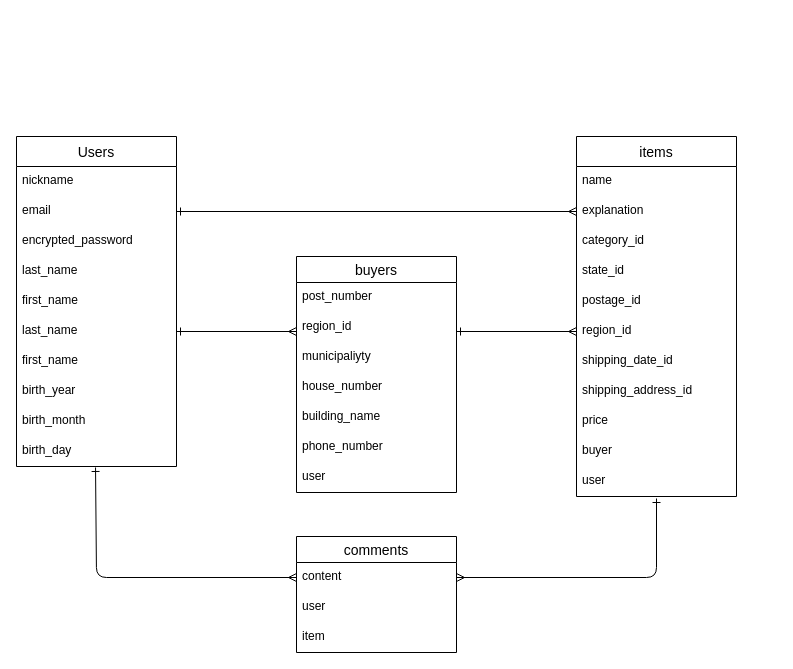
Ta-ho113/furima-37211 keeps this draw.io diagram as datebase.dio. Above is the earlier version. Source tidied: cells renumbered, new cells numbered last; positions are measured from the earlier drawing's top-left corner, leaving out a move shared by most shapes. Both pictures are drawn from the tidied source at 100%, with x=0, y=0 at pixel (16, -24).
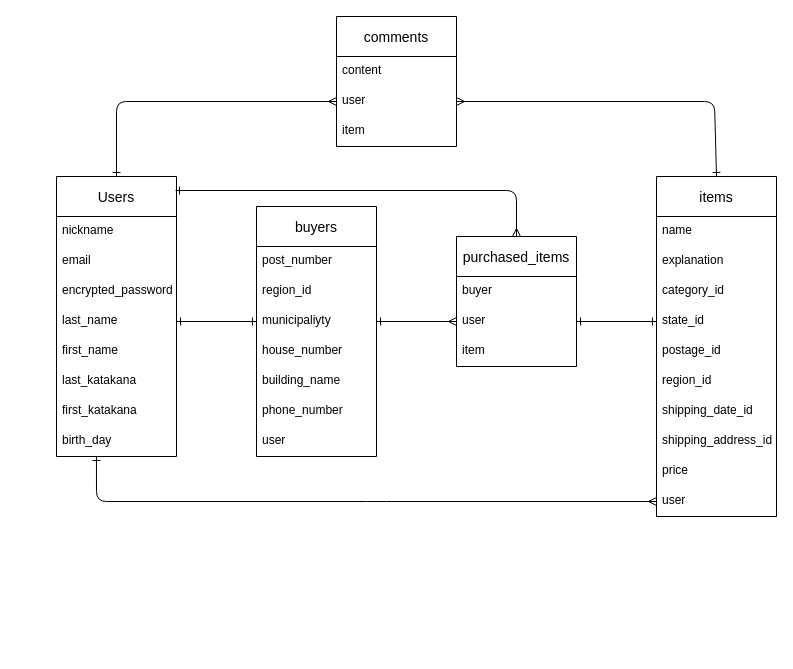
After the change.

Commit message:
ER図　レビュー修正2

Change to the diagram source:
```diff
@@
-    <mxCell id="2" value="Users" style="swimlane;fontStyle=0;horizontal=1;startSize=30;align=center;fontSize=14;" parent="1" vertex="1">
-      <mxGeometry y="160" width="160" height="330" as="geometry" />
+    <mxCell id="2" value="Users" style="swimlane;fontStyle=0;horizontal=1;startSize=40;align=center;fontSize=14;" parent="1" vertex="1">
+      <mxGeometry x="40" y="200" width="120" height="280" as="geometry" />
     </mxCell>
     <mxCell id="3" value="nickname" style="text;strokeColor=none;fillColor=none;spacingLeft=4;spacingRight=4;overflow=hidden;fontSize=12;" parent="2" vertex="1">
-      <mxGeometry y="30" width="160" height="30" as="geometry" />
+      <mxGeometry y="40" width="120" height="30" as="geometry" />
     </mxCell>
     <mxCell id="4" value="email" style="text;strokeColor=none;fillColor=none;spacingLeft=4;spacingRight=4;overflow=hidden;points=[[0,0.5],[1,0.5]];portConstraint=eastwest;fontSize=12;" parent="2" vertex="1">
-      <mxGeometry y="60" width="160" height="30" as="geometry" />
+      <mxGeometry y="70" width="120" height="30" as="geometry" />
     </mxCell>
     <mxCell id="5" value="encrypted_password" style="text;strokeColor=none;fillColor=none;spacingLeft=4;spacingRight=4;overflow=hidden;fontSize=12;" parent="2" vertex="1">
-      <mxGeometry y="90" width="160" height="30" as="geometry" />
+      <mxGeometry y="100" width="120" height="30" as="geometry" />
     </mxCell>
     <mxCell id="6" value="last_name" style="text;strokeColor=none;fillColor=none;spacingLeft=4;spacingRight=4;overflow=hidden;points=[[0,0.5],[1,0.5]];portConstraint=eastwest;fontSize=12;" parent="2" vertex="1">
-      <mxGeometry y="120" width="160" height="30" as="geometry" />
+      <mxGeometry y="130" width="120" height="30" as="geometry" />
     </mxCell>
     <mxCell id="7" value="first_name" style="text;strokeColor=none;fillColor=none;spacingLeft=4;spacingRight=4;overflow=hidden;fontSize=12;" parent="2" vertex="1">
-      <mxGeometry y="150" width="160" height="30" as="geometry" />
+      <mxGeometry y="160" width="120" height="30" as="geometry" />
     </mxCell>
-    <mxCell id="8" value="last_name" style="text;strokeColor=none;fillColor=none;spacingLeft=4;spacingRight=4;overflow=hidden;points=[[0,0.5],[1,0.5]];portConstraint=eastwest;fontSize=12;" parent="2" vertex="1">
-      <mxGeometry y="180" width="160" height="30" as="geometry" />
+    <mxCell id="8" value="last_katakana" style="text;strokeColor=none;fillColor=none;spacingLeft=4;spacingRight=4;overflow=hidden;points=[[0,0.5],[1,0.5]];portConstraint=eastwest;fontSize=12;" parent="2" vertex="1">
+      <mxGeometry y="190" width="120" height="30" as="geometry" />
     </mxCell>
-    <mxCell id="9" value="first_name" style="text;strokeColor=none;fillColor=none;spacingLeft=4;spacingRight=4;overflow=hidden;fontSize=12;" parent="2" vertex="1">
-      <mxGeometry y="210" width="160" height="30" as="geometry" />
+    <mxCell id="9" value="first_katakana" style="text;strokeColor=none;fillColor=none;spacingLeft=4;spacingRight=4;overflow=hidden;fontSize=12;" parent="2" vertex="1">
+      <mxGeometry y="220" width="120" height="30" as="geometry" />
     </mxCell>
-    <mxCell id="10" value="birth_year" style="text;strokeColor=none;fillColor=none;spacingLeft=4;spacingRight=4;overflow=hidden;fontSize=12;" parent="2" vertex="1">
-      <mxGeometry y="240" width="160" height="30" as="geometry" />
-    </mxCell>
-    <mxCell id="11" value="birth_month" style="text;strokeColor=none;fillColor=none;spacingLeft=4;spacingRight=4;overflow=hidden;fontSize=12;" parent="2" vertex="1">
-      <mxGeometry y="270" width="160" height="30" as="geometry" />
-    </mxCell>
     <mxCell id="12" value="birth_day" style="text;strokeColor=none;fillColor=none;spacingLeft=4;spacingRight=4;overflow=hidden;points=[[0,0.5],[1,0.5]];portConstraint=eastwest;fontSize=12;" parent="2" vertex="1">
-      <mxGeometry y="300" width="160" height="30" as="geometry" />
+      <mxGeometry y="250" width="120" height="30" as="geometry" />
     </mxCell>
-    <mxCell id="13" value="items" style="swimlane;fontStyle=0;horizontal=1;startSize=30;align=center;fontSize=14;" parent="1" vertex="1">
-      <mxGeometry x="560" y="160" width="160" height="360" as="geometry" />
+    <mxCell id="13" value="items" style="swimlane;fontStyle=0;horizontal=1;startSize=40;align=center;fontSize=14;" parent="1" vertex="1">
+      <mxGeometry x="640" y="200" width="120" height="340" as="geometry" />
     </mxCell>
     <mxCell id="14" value="name" style="text;strokeColor=none;fillColor=none;spacingLeft=4;spacingRight=4;overflow=hidden;fontSize=12;" parent="13" vertex="1">
-      <mxGeometry y="30" width="160" height="30" as="geometry" />
+      <mxGeometry y="40" width="120" height="30" as="geometry" />
     </mxCell>
     <mxCell id="15" value="explanation" style="text;strokeColor=none;fillColor=none;spacingLeft=4;spacingRight=4;overflow=hidden;points=[[0,0.5],[1,0.5]];portConstraint=eastwest;fontSize=12;" parent="13" vertex="1">
-      <mxGeometry y="60" width="160" height="30" as="geometry" />
+      <mxGeometry y="70" width="120" height="30" as="geometry" />
     </mxCell>
     <mxCell id="16" value="category_id" style="text;strokeColor=none;fillColor=none;spacingLeft=4;spacingRight=4;overflow=hidden;fontSize=12;" parent="13" vertex="1">
-      <mxGeometry y="90" width="160" height="30" as="geometry" />
+      <mxGeometry y="100" width="120" height="30" as="geometry" />
     </mxCell>
     <mxCell id="17" value="state_id" style="text;strokeColor=none;fillColor=none;spacingLeft=4;spacingRight=4;overflow=hidden;points=[[0,0.5],[1,0.5]];portConstraint=eastwest;fontSize=12;" parent="13" vertex="1">
-      <mxGeometry y="120" width="160" height="30" as="geometry" />
+      <mxGeometry y="130" width="120" height="30" as="geometry" />
     </mxCell>
     <mxCell id="18" value="postage_id" style="text;strokeColor=none;fillColor=none;spacingLeft=4;spacingRight=4;overflow=hidden;fontSize=12;" parent="13" vertex="1">
-      <mxGeometry y="150" width="160" height="30" as="geometry" />
+      <mxGeometry y="160" width="120" height="30" as="geometry" />
     </mxCell>
     <mxCell id="19" value="region_id" style="text;strokeColor=none;fillColor=none;spacingLeft=4;spacingRight=4;overflow=hidden;points=[[0,0.5],[1,0.5]];portConstraint=eastwest;fontSize=12;" parent="13" vertex="1">
-      <mxGeometry y="180" width="160" height="30" as="geometry" />
+      <mxGeometry y="190" width="120" height="30" as="geometry" />
     </mxCell>
     <mxCell id="20" value="shipping_date_id" style="text;strokeColor=none;fillColor=none;spacingLeft=4;spacingRight=4;overflow=hidden;fontSize=12;" parent="13" vertex="1">
-      <mxGeometry y="210" width="160" height="30" as="geometry" />
+      <mxGeometry y="220" width="120" height="30" as="geometry" />
     </mxCell>
     <mxCell id="21" value="shipping_address_id" style="text;strokeColor=none;fillColor=none;spacingLeft=4;spacingRight=4;overflow=hidden;fontSize=12;" parent="13" vertex="1">
-      <mxGeometry y="240" width="160" height="30" as="geometry" />
+      <mxGeometry y="250" width="120" height="30" as="geometry" />
     </mxCell>
     <mxCell id="22" value="price" style="text;strokeColor=none;fillColor=none;spacingLeft=4;spacingRight=4;overflow=hidden;fontSize=12;" parent="13" vertex="1">
-      <mxGeometry y="270" width="160" height="30" as="geometry" />
+      <mxGeometry y="280" width="120" height="30" as="geometry" />
     </mxCell>
-    <mxCell id="23" value="buyer" style="text;strokeColor=none;fillColor=none;spacingLeft=4;spacingRight=4;overflow=hidden;fontSize=12;" parent="13" vertex="1">
-      <mxGeometry y="300" width="160" height="30" as="geometry" />
-    </mxCell>
     <mxCell id="24" value="user" style="text;strokeColor=none;fillColor=none;spacingLeft=4;spacingRight=4;overflow=hidden;points=[[0,0.5],[1,0.5]];portConstraint=eastwest;fontSize=12;" parent="13" vertex="1">
-      <mxGeometry y="330" width="160" height="30" as="geometry" />
+      <mxGeometry y="310" width="120" height="30" as="geometry" />
     </mxCell>
-    <mxCell id="25" value="comments" style="swimlane;fontStyle=0;horizontal=1;startSize=26;align=center;fontSize=14;" parent="1" vertex="1">
-      <mxGeometry x="280" y="560" width="160" height="116" as="geometry" />
+    <mxCell id="25" value="comments" style="swimlane;fontStyle=0;horizontal=1;startSize=40;align=center;fontSize=14;" parent="1" vertex="1">
+      <mxGeometry x="320" y="40" width="120" height="130" as="geometry" />
     </mxCell>
     <mxCell id="26" value="content" style="text;strokeColor=none;fillColor=none;spacingLeft=4;spacingRight=4;overflow=hidden;points=[[0,0.5],[1,0.5]];portConstraint=eastwest;fontSize=12;" parent="25" vertex="1">
-      <mxGeometry y="26" width="160" height="30" as="geometry" />
+      <mxGeometry y="40" width="120" height="30" as="geometry" />
     </mxCell>
     <mxCell id="27" value="user" style="text;strokeColor=none;fillColor=none;spacingLeft=4;spacingRight=4;overflow=hidden;points=[[0,0.5],[1,0.5]];portConstraint=eastwest;fontSize=12;" parent="25" vertex="1">
-      <mxGeometry y="56" width="160" height="30" as="geometry" />
+      <mxGeometry y="70" width="120" height="30" as="geometry" />
     </mxCell>
     <mxCell id="28" value="item" style="text;strokeColor=none;fillColor=none;spacingLeft=4;spacingRight=4;overflow=hidden;fontSize=12;" parent="25" vertex="1">
-      <mxGeometry y="86" width="160" height="30" as="geometry" />
+      <mxGeometry y="100" width="120" height="30" as="geometry" />
     </mxCell>
-    <mxCell id="29" style="edgeStyle=elbowEdgeStyle;html=1;startArrow=ERone;startFill=0;endArrow=ERmany;endFill=0;entryX=0;entryY=0.5;entryDx=0;entryDy=0;exitX=0.494;exitY=1.033;exitDx=0;exitDy=0;exitPerimeter=0;" parent="1" edge="1" source="12" target="26">
-      <mxGeometry relative="1" as="geometry">
-        <Array as="points">
-          <mxPoint x="80" y="610" />
-          <mxPoint x="220" y="520" />
-          <mxPoint x="220" />
-        </Array>
-      </mxGeometry>
-    </mxCell>
-    <mxCell id="30" style="edgeStyle=elbowEdgeStyle;html=1;startArrow=ERone;startFill=0;endArrow=ERmany;endFill=0;entryX=1;entryY=0.5;entryDx=0;entryDy=0;exitX=0.5;exitY=1.067;exitDx=0;exitDy=0;exitPerimeter=0;" parent="1" edge="1" source="24" target="26">
-      <mxGeometry relative="1" as="geometry">
-        <Array as="points">
-          <mxPoint x="640" y="600" />
-        </Array>
-      </mxGeometry>
-    </mxCell>
-    <mxCell id="31" value="buyers" style="swimlane;fontStyle=0;horizontal=1;startSize=26;align=center;fontSize=14;" parent="1" vertex="1">
-      <mxGeometry x="280" y="280" width="160" height="236" as="geometry" />
+    <mxCell id="31" value="buyers" style="swimlane;fontStyle=0;horizontal=1;startSize=40;align=center;fontSize=14;" parent="1" vertex="1">
+      <mxGeometry x="240" y="230" width="120" height="250" as="geometry" />
     </mxCell>
     <mxCell id="32" value="post_number" style="text;strokeColor=none;fillColor=none;spacingLeft=4;spacingRight=4;overflow=hidden;fontSize=12;" parent="31" vertex="1">
-      <mxGeometry y="26" width="160" height="30" as="geometry" />
+      <mxGeometry y="40" width="120" height="30" as="geometry" />
     </mxCell>
     <mxCell id="33" value="region_id" style="text;strokeColor=none;fillColor=none;spacingLeft=4;spacingRight=4;overflow=hidden;fontSize=12;" parent="31" vertex="1">
-      <mxGeometry y="56" width="160" height="30" as="geometry" />
+      <mxGeometry y="70" width="120" height="30" as="geometry" />
     </mxCell>
     <mxCell id="34" value="municipaliyty" style="text;strokeColor=none;fillColor=none;spacingLeft=4;spacingRight=4;overflow=hidden;points=[[0,0.5],[1,0.5]];portConstraint=eastwest;fontSize=12;" parent="31" vertex="1">
-      <mxGeometry y="86" width="160" height="30" as="geometry" />
+      <mxGeometry y="100" width="120" height="30" as="geometry" />
     </mxCell>
     <mxCell id="35" value="house_number" style="text;strokeColor=none;fillColor=none;spacingLeft=4;spacingRight=4;overflow=hidden;fontSize=12;" parent="31" vertex="1">
-      <mxGeometry y="116" width="160" height="30" as="geometry" />
+      <mxGeometry y="130" width="120" height="30" as="geometry" />
     </mxCell>
     <mxCell id="36" value="building_name" style="text;strokeColor=none;fillColor=none;spacingLeft=4;spacingRight=4;overflow=hidden;fontSize=12;" parent="31" vertex="1">
-      <mxGeometry y="146" width="160" height="30" as="geometry" />
+      <mxGeometry y="160" width="120" height="30" as="geometry" />
     </mxCell>
     <mxCell id="37" value="phone_number" style="text;strokeColor=none;fillColor=none;spacingLeft=4;spacingRight=4;overflow=hidden;fontSize=12;" parent="31" vertex="1">
-      <mxGeometry y="176" width="160" height="30" as="geometry" />
+      <mxGeometry y="190" width="120" height="30" as="geometry" />
     </mxCell>
     <mxCell id="38" value="user" style="text;strokeColor=none;fillColor=none;spacingLeft=4;spacingRight=4;overflow=hidden;fontSize=12;" parent="31" vertex="1">
-      <mxGeometry y="206" width="160" height="30" as="geometry" />
+      <mxGeometry y="220" width="120" height="30" as="geometry" />
     </mxCell>
-    <mxCell id="39" style="edgeStyle=none;html=1;startArrow=ERone;startFill=0;endArrow=ERmany;endFill=0;entryX=0;entryY=0.5;entryDx=0;entryDy=0;" parent="1" edge="1" target="19">
-      <mxGeometry relative="1" as="geometry">
-        <mxPoint x="440" y="355" as="sourcePoint" />
-      </mxGeometry>
-    </mxCell>
-    <mxCell id="40" style="edgeStyle=none;html=1;startArrow=ERone;startFill=0;endArrow=ERmany;endFill=0;exitX=1;exitY=0.5;exitDx=0;exitDy=0;" parent="1" edge="1" source="8">
-      <mxGeometry relative="1" as="geometry">
-        <mxPoint x="280" y="355" as="targetPoint" />
-      </mxGeometry>
-    </mxCell>
-    <mxCell id="41" style="edgeStyle=none;html=1;startArrow=ERone;startFill=0;endArrow=ERmany;endFill=0;exitX=1;exitY=0.5;exitDx=0;exitDy=0;entryX=0;entryY=0.5;entryDx=0;entryDy=0;" parent="1" edge="1" source="4" target="15">
-      <mxGeometry relative="1" as="geometry" />
-    </mxCell>
+    <mxCell id="42" value="purchased_items" style="swimlane;fontStyle=0;horizontal=1;startSize=40;align=center;fontSize=14;" parent="1" vertex="1">
+      <mxGeometry x="440" y="260" width="120" height="130" as="geometry" />
+    </mxCell>
+    <mxCell id="23" value="buyer" style="text;strokeColor=none;fillColor=none;spacingLeft=4;spacingRight=4;overflow=hidden;fontSize=12;" parent="42" vertex="1">
+      <mxGeometry y="40" width="120" height="30" as="geometry" />
+    </mxCell>
+    <mxCell id="43" value="user" style="text;strokeColor=none;fillColor=none;spacingLeft=4;spacingRight=4;overflow=hidden;points=[[0,0.5],[1,0.5]];portConstraint=eastwest;fontSize=12;" parent="42" vertex="1">
+      <mxGeometry y="70" width="120" height="30" as="geometry" />
+    </mxCell>
+    <mxCell id="44" value="item" style="text;strokeColor=none;fillColor=none;spacingLeft=4;spacingRight=4;overflow=hidden;fontSize=12;" parent="42" vertex="1">
+      <mxGeometry y="100" width="120" height="30" as="geometry" />
+    </mxCell>
+    <mxCell id="45" style="edgeStyle=none;html=1;exitX=1;exitY=0.5;exitDx=0;exitDy=0;entryX=0;entryY=0.5;entryDx=0;entryDy=0;startArrow=ERone;startFill=0;endArrow=ERone;endFill=0;" parent="1" edge="1" source="6" target="34">
+      <mxGeometry relative="1" as="geometry" />
+    </mxCell>
+    <mxCell id="46" style="edgeStyle=none;html=1;exitX=1;exitY=0.5;exitDx=0;exitDy=0;entryX=0;entryY=0.5;entryDx=0;entryDy=0;startArrow=ERone;startFill=0;endArrow=ERmany;endFill=0;" parent="1" edge="1" source="34" target="43">
+      <mxGeometry relative="1" as="geometry" />
+    </mxCell>
+    <mxCell id="47" style="edgeStyle=none;html=1;exitX=1;exitY=0.5;exitDx=0;exitDy=0;startArrow=ERone;startFill=0;endArrow=ERone;endFill=0;entryX=0;entryY=0.5;entryDx=0;entryDy=0;" parent="1" edge="1" source="43" target="17">
+      <mxGeometry relative="1" as="geometry" />
+    </mxCell>
+    <mxCell id="48" style="edgeStyle=none;html=1;exitX=0.5;exitY=0;exitDx=0;exitDy=0;entryX=0;entryY=0.5;entryDx=0;entryDy=0;startArrow=ERone;startFill=0;endArrow=ERmany;endFill=0;" parent="1" edge="1" source="2" target="27">
+      <mxGeometry relative="1" as="geometry">
+        <Array as="points">
+          <mxPoint x="100" y="125" />
+        </Array>
+      </mxGeometry>
+    </mxCell>
+    <mxCell id="49" style="edgeStyle=none;html=1;entryX=1;entryY=0.5;entryDx=0;entryDy=0;startArrow=ERone;startFill=0;endArrow=ERmany;endFill=0;exitX=0.5;exitY=0;exitDx=0;exitDy=0;" parent="1" edge="1" source="13" target="27">
+      <mxGeometry relative="1" as="geometry">
+        <Array as="points">
+          <mxPoint x="698" y="125" />
+        </Array>
+      </mxGeometry>
+    </mxCell>
+    <mxCell id="50" style="edgeStyle=none;html=1;startArrow=ERone;startFill=0;endArrow=ERmany;endFill=0;exitX=0.333;exitY=1;exitDx=0;exitDy=0;exitPerimeter=0;entryX=0;entryY=0.5;entryDx=0;entryDy=0;" parent="1" edge="1" source="12" target="24">
+      <mxGeometry relative="1" as="geometry">
+        <Array as="points">
+          <mxPoint x="80" y="525" />
+          <mxPoint x="360" y="525" />
+        </Array>
+      </mxGeometry>
+    </mxCell>
+    <mxCell id="51" style="edgeStyle=none;html=1;exitX=0.992;exitY=0.05;exitDx=0;exitDy=0;entryX=0.5;entryY=0;entryDx=0;entryDy=0;startArrow=ERone;startFill=0;endArrow=ERmany;endFill=0;exitPerimeter=0;" parent="1" edge="1" source="2" target="42">
+      <mxGeometry relative="1" as="geometry">
+        <Array as="points">
+          <mxPoint x="500" y="214" />
+        </Array>
+      </mxGeometry>
+    </mxCell>
```
